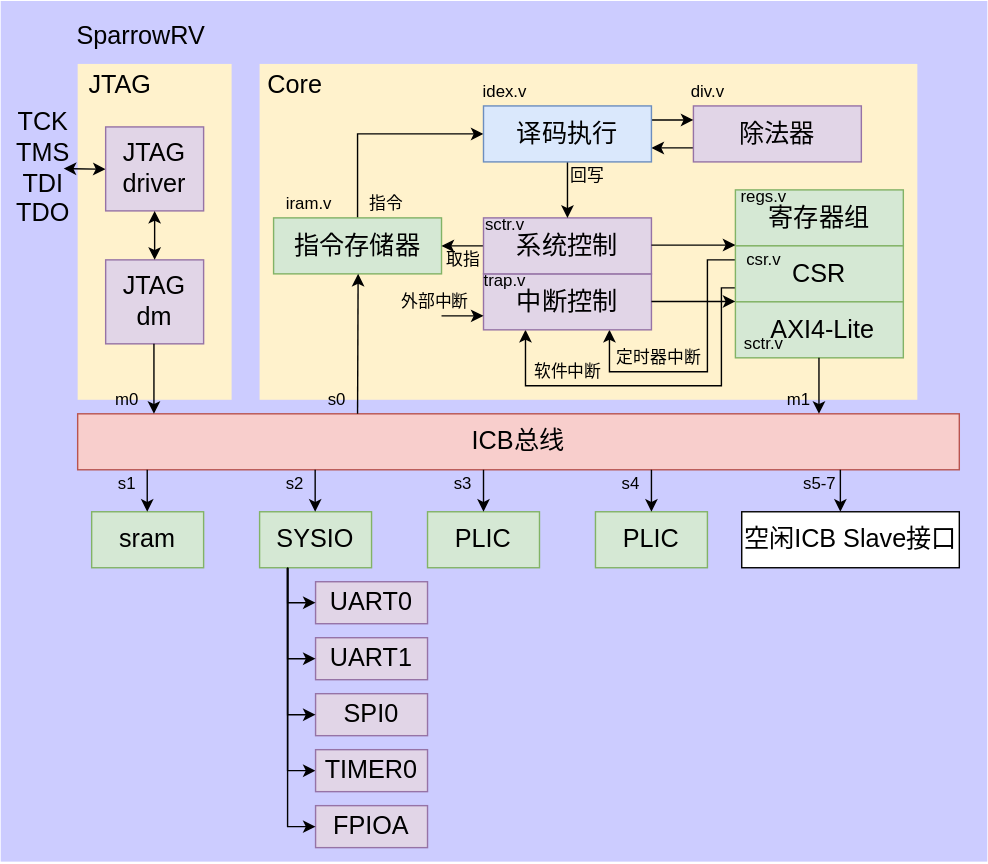
Above: doc/图库/Readme/soc架构.svg in ZPNMiaoHeng/SparrowRV (draw.io), before the change. Source tidied: cells renumbered, new cells last; positions are measured from the earlier drawing's top-left corner, leaving out a move shared by most shapes.
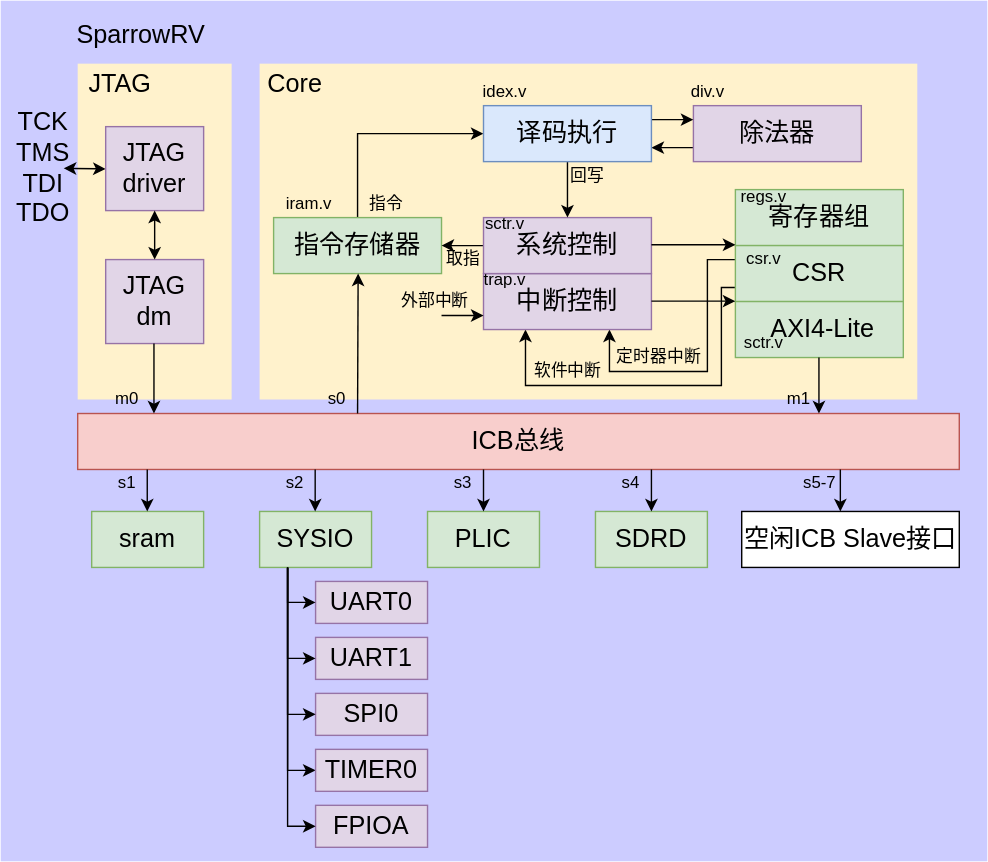
After the change.

Commit message:
修正框图说明

What changed in the source:
```diff
@@ -258,7 +258,7 @@
         <mxPoint x="360" y="400" as="targetPoint" />
       </mxGeometry>
     </mxCell>
-    <mxCell id="72" value="PLIC" style="whiteSpace=wrap;html=1;fillColor=#d5e8d4;strokeColor=#82b366;fontSize=18;" parent="1" vertex="1">
+    <mxCell id="72" value="SDRD" style="whiteSpace=wrap;html=1;fillColor=#d5e8d4;strokeColor=#82b366;fontSize=18;" parent="1" vertex="1">
       <mxGeometry x="440" y="400" width="80" height="40" as="geometry" />
     </mxCell>
     <mxCell id="73" style="endArrow=classic;html=1;rounded=0;fontSize=18;" parent="1" edge="1">
```
